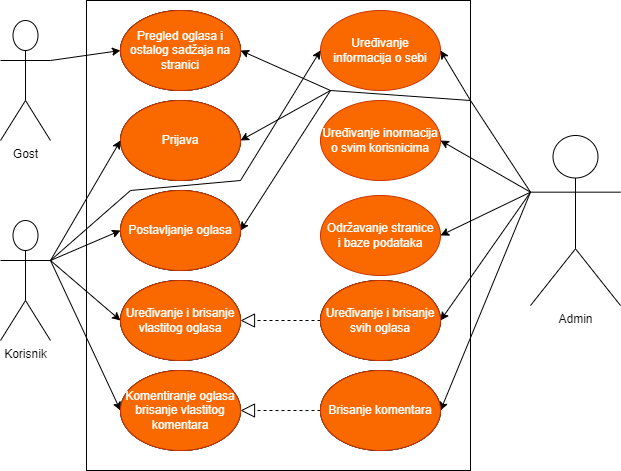
The draw.io diagram public/images/tabela.png in simunjelic/udomi, before a commit. Source tidied: cells renumbered, new cells last; positions are measured from the earlier drawing's top-left corner, leaving out a move shared by most shapes. The source it was exported from:
```xml
<mxGraphModel>
  <root>
    <mxCell id="0" />
    <mxCell id="1" parent="0" />
    <mxCell id="2" value="Gost" style="shape=umlActor;verticalLabelPosition=bottom;verticalAlign=top;html=1;outlineConnect=0;" parent="1" vertex="1">
      <mxGeometry y="20" width="50" height="120" as="geometry" />
    </mxCell>
    <mxCell id="3" value="Korisnik" style="shape=umlActor;verticalLabelPosition=bottom;verticalAlign=top;html=1;outlineConnect=0;" parent="1" vertex="1">
      <mxGeometry y="220" width="50" height="120" as="geometry" />
    </mxCell>
    <mxCell id="4" value="Admin" style="shape=umlActor;verticalLabelPosition=bottom;verticalAlign=top;html=1;outlineConnect=0;" parent="1" vertex="1">
      <mxGeometry x="530" y="135" width="90" height="170" as="geometry" />
    </mxCell>
    <mxCell id="5" style="whiteSpace=wrap;html=1;" parent="1" vertex="1">
      <mxGeometry x="86" width="384" height="470" as="geometry" />
    </mxCell>
    <mxCell id="6" value="Pregled oglasa i ostalog sadžaja na stranici" style="ellipse;whiteSpace=wrap;html=1;" parent="1" vertex="1">
      <mxGeometry x="120" y="10" width="120" height="80" as="geometry" />
    </mxCell>
    <mxCell id="7" value="Postavljanje oglasa" style="ellipse;whiteSpace=wrap;html=1;" parent="1" vertex="1">
      <mxGeometry x="120" y="190" width="120" height="80" as="geometry" />
    </mxCell>
    <mxCell id="8" value="Uređivanje i brisanje vlastitog oglasa" style="ellipse;whiteSpace=wrap;html=1;" parent="1" vertex="1">
      <mxGeometry x="120" y="280" width="120" height="80" as="geometry" />
    </mxCell>
    <mxCell id="9" style="endArrow=classic;html=1;rounded=0;exitX=1;exitY=0.3333333333333333;exitDx=0;exitDy=0;exitPerimeter=0;entryX=0;entryY=0.5;entryDx=0;entryDy=0;" parent="1" edge="1" source="2" target="6">
      <mxGeometry relative="1" as="geometry" />
    </mxCell>
    <mxCell id="10" style="endArrow=classic;html=1;rounded=0;exitX=1;exitY=0.3333333333333333;exitDx=0;exitDy=0;exitPerimeter=0;entryX=0;entryY=0.5;entryDx=0;entryDy=0;" parent="1" edge="1" source="3" target="7">
      <mxGeometry relative="1" as="geometry" />
    </mxCell>
    <mxCell id="11" style="endArrow=classic;html=1;rounded=0;exitX=1;exitY=0.3333333333333333;exitDx=0;exitDy=0;exitPerimeter=0;entryX=0;entryY=0.5;entryDx=0;entryDy=0;" parent="1" edge="1" source="3" target="8">
      <mxGeometry relative="1" as="geometry" />
    </mxCell>
    <mxCell id="12" value="Komentiranje oglasa&lt;br&gt;brisanje vlastitog komentara" style="ellipse;whiteSpace=wrap;html=1;" parent="1" vertex="1">
      <mxGeometry x="120" y="370" width="120" height="80" as="geometry" />
    </mxCell>
    <mxCell id="13" style="endArrow=classic;html=1;rounded=0;exitX=1;exitY=0.3333333333333333;exitDx=0;exitDy=0;exitPerimeter=0;entryX=0;entryY=0.5;entryDx=0;entryDy=0;" parent="1" edge="1" source="3" target="12">
      <mxGeometry relative="1" as="geometry" />
    </mxCell>
    <mxCell id="14" value="Uređivanje i brisanje svih oglasa" style="ellipse;whiteSpace=wrap;html=1;" parent="1" vertex="1">
      <mxGeometry x="320" y="280" width="120" height="80" as="geometry" />
    </mxCell>
    <mxCell id="15" value="Održavanje stranice&lt;br&gt;i baze podataka" style="ellipse;whiteSpace=wrap;html=1;fillColor=#fa6800;fontColor=#FFFFFF;strokeColor=#C73500;" parent="1" vertex="1">
      <mxGeometry x="320" y="195" width="120" height="80" as="geometry" />
    </mxCell>
    <mxCell id="16" style="endArrow=none;html=1;rounded=0;entryX=0;entryY=0.3333333333333333;entryDx=0;entryDy=0;entryPerimeter=0;" parent="1" edge="1" target="4">
      <mxGeometry relative="1" as="geometry">
        <mxPoint x="470" y="100" as="sourcePoint" />
      </mxGeometry>
    </mxCell>
    <mxCell id="17" style="endArrow=classic;html=1;rounded=0;entryX=1;entryY=0.5;entryDx=0;entryDy=0;" parent="1" edge="1" target="6">
      <mxGeometry relative="1" as="geometry">
        <mxPoint x="470" y="100" as="sourcePoint" />
        <Array as="points">
          <mxPoint x="330" y="90" />
        </Array>
      </mxGeometry>
    </mxCell>
    <mxCell id="18" value="Uređivanje informacija o sebi" style="ellipse;whiteSpace=wrap;html=1;fillColor=#fa6800;fontColor=#FFFFFF;strokeColor=#C73500;" parent="1" vertex="1">
      <mxGeometry x="320" y="10" width="120" height="80" as="geometry" />
    </mxCell>
    <mxCell id="19" style="endArrow=classic;html=1;rounded=0;entryX=1;entryY=0.5;entryDx=0;entryDy=0;" parent="1" edge="1" target="7">
      <mxGeometry relative="1" as="geometry">
        <mxPoint x="330" y="90" as="sourcePoint" />
      </mxGeometry>
    </mxCell>
    <mxCell id="20" style="endArrow=block;dashed=1;endFill=0;endSize=12;html=1;rounded=0;exitX=0;exitY=0.5;exitDx=0;exitDy=0;entryX=1;entryY=0.5;entryDx=0;entryDy=0;" parent="1" edge="1" source="14" target="8">
      <mxGeometry relative="1" as="geometry" />
    </mxCell>
    <mxCell id="21" value="Brisanje komentara" style="ellipse;whiteSpace=wrap;html=1;" parent="1" vertex="1">
      <mxGeometry x="320" y="370" width="120" height="80" as="geometry" />
    </mxCell>
    <mxCell id="22" style="endArrow=block;dashed=1;endFill=0;endSize=12;html=1;rounded=0;exitX=0;exitY=0.5;exitDx=0;exitDy=0;entryX=1;entryY=0.5;entryDx=0;entryDy=0;" parent="1" edge="1" source="21" target="12">
      <mxGeometry relative="1" as="geometry" />
    </mxCell>
    <mxCell id="23" style="endArrow=classic;html=1;rounded=0;exitX=0;exitY=0.3333333333333333;exitDx=0;exitDy=0;exitPerimeter=0;entryX=1;entryY=0.5;entryDx=0;entryDy=0;" parent="1" edge="1" source="4" target="15">
      <mxGeometry relative="1" as="geometry" />
    </mxCell>
    <mxCell id="24" style="endArrow=classic;html=1;rounded=0;exitX=0;exitY=0.3333333333333333;exitDx=0;exitDy=0;exitPerimeter=0;entryX=1;entryY=0.5;entryDx=0;entryDy=0;" parent="1" edge="1" source="4" target="14">
      <mxGeometry relative="1" as="geometry" />
    </mxCell>
    <mxCell id="25" style="endArrow=classic;html=1;rounded=0;exitX=0;exitY=0.3333333333333333;exitDx=0;exitDy=0;exitPerimeter=0;entryX=1;entryY=0.5;entryDx=0;entryDy=0;" parent="1" edge="1" source="4" target="21">
      <mxGeometry relative="1" as="geometry" />
    </mxCell>
    <mxCell id="26" value="Prijava" style="ellipse;whiteSpace=wrap;html=1;" parent="1" vertex="1">
      <mxGeometry x="120" y="100" width="120" height="80" as="geometry" />
    </mxCell>
    <mxCell id="27" value="Uređivanje inormacija o svim korisnicima" style="ellipse;whiteSpace=wrap;html=1;fillColor=#fa6800;fontColor=#FFFFFF;strokeColor=#C73500;" parent="1" vertex="1">
      <mxGeometry x="320" y="100" width="120" height="80" as="geometry" />
    </mxCell>
    <mxCell id="28" style="endArrow=classic;html=1;rounded=0;exitX=0;exitY=0.3333333333333333;exitDx=0;exitDy=0;exitPerimeter=0;entryX=1;entryY=0.5;entryDx=0;entryDy=0;" parent="1" edge="1" source="4" target="27">
      <mxGeometry relative="1" as="geometry" />
    </mxCell>
    <mxCell id="29" style="endArrow=classic;html=1;rounded=0;exitX=1;exitY=0.3333333333333333;exitDx=0;exitDy=0;exitPerimeter=0;entryX=0;entryY=0.5;entryDx=0;entryDy=0;" parent="1" edge="1" source="3" target="18">
      <mxGeometry relative="1" as="geometry">
        <Array as="points">
          <mxPoint x="130" y="190" />
          <mxPoint x="240" y="180" />
        </Array>
      </mxGeometry>
    </mxCell>
    <mxCell id="30" style="endArrow=classic;html=1;rounded=0;entryX=1;entryY=0.5;entryDx=0;entryDy=0;" parent="1" edge="1" target="18">
      <mxGeometry relative="1" as="geometry">
        <mxPoint x="470" y="100" as="sourcePoint" />
      </mxGeometry>
    </mxCell>
    <mxCell id="31" value="Pregled oglasa i ostalog sadžaja na stranici" style="ellipse;whiteSpace=wrap;html=1;" parent="1" vertex="1">
      <mxGeometry x="120" y="10" width="120" height="80" as="geometry" />
    </mxCell>
    <mxCell id="32" value="Prijava" style="ellipse;whiteSpace=wrap;html=1;" parent="1" vertex="1">
      <mxGeometry x="120" y="100" width="120" height="80" as="geometry" />
    </mxCell>
    <mxCell id="33" value="Postavljanje oglasa" style="ellipse;whiteSpace=wrap;html=1;" parent="1" vertex="1">
      <mxGeometry x="120" y="190" width="120" height="80" as="geometry" />
    </mxCell>
    <mxCell id="34" value="Uređivanje i brisanje vlastitog oglasa" style="ellipse;whiteSpace=wrap;html=1;" parent="1" vertex="1">
      <mxGeometry x="120" y="280" width="120" height="80" as="geometry" />
    </mxCell>
    <mxCell id="35" value="Komentiranje oglasa&lt;br&gt;brisanje vlastitog komentara" style="ellipse;whiteSpace=wrap;html=1;" parent="1" vertex="1">
      <mxGeometry x="120" y="370" width="120" height="80" as="geometry" />
    </mxCell>
    <mxCell id="36" value="Brisanje komentara" style="ellipse;whiteSpace=wrap;html=1;" parent="1" vertex="1">
      <mxGeometry x="320" y="370" width="120" height="80" as="geometry" />
    </mxCell>
    <mxCell id="37" value="Uređivanje i brisanje svih oglasa" style="ellipse;whiteSpace=wrap;html=1;" parent="1" vertex="1">
      <mxGeometry x="320" y="280" width="120" height="80" as="geometry" />
    </mxCell>
    <mxCell id="38" value="Pregled oglasa i ostalog sadžaja na stranici" style="ellipse;whiteSpace=wrap;html=1;fillColor=#fa6800;fontColor=#FFFFFF;strokeColor=#C73500;" parent="1" vertex="1">
      <mxGeometry x="120" y="10" width="120" height="80" as="geometry" />
    </mxCell>
    <mxCell id="39" value="Prijava" style="ellipse;whiteSpace=wrap;html=1;fillColor=#fa6800;fontColor=#FFFFFF;strokeColor=#C73500;" parent="1" vertex="1">
      <mxGeometry x="120" y="100" width="120" height="80" as="geometry" />
    </mxCell>
    <mxCell id="40" value="Postavljanje oglasa" style="ellipse;whiteSpace=wrap;html=1;fillColor=#fa6800;fontColor=#FFFFFF;strokeColor=#C73500;" parent="1" vertex="1">
      <mxGeometry x="120" y="190" width="120" height="80" as="geometry" />
    </mxCell>
    <mxCell id="41" value="Uređivanje i brisanje vlastitog oglasa" style="ellipse;whiteSpace=wrap;html=1;fillColor=#fa6800;fontColor=#FFFFFF;strokeColor=#C73500;" parent="1" vertex="1">
      <mxGeometry x="120" y="280" width="120" height="80" as="geometry" />
    </mxCell>
    <mxCell id="42" value="Komentiranje oglasa&lt;br&gt;brisanje vlastitog komentara" style="ellipse;whiteSpace=wrap;html=1;fillColor=#fa6800;fontColor=#FFFFFF;strokeColor=#C73500;" parent="1" vertex="1">
      <mxGeometry x="120" y="370" width="120" height="80" as="geometry" />
    </mxCell>
    <mxCell id="43" value="Brisanje komentara" style="ellipse;whiteSpace=wrap;html=1;fillColor=#fa6800;fontColor=#FFFFFF;strokeColor=#C73500;" parent="1" vertex="1">
      <mxGeometry x="320" y="370" width="120" height="80" as="geometry" />
    </mxCell>
    <mxCell id="44" value="Uređivanje i brisanje svih oglasa" style="ellipse;whiteSpace=wrap;html=1;fillColor=#fa6800;fontColor=#FFFFFF;strokeColor=#C73500;" parent="1" vertex="1">
      <mxGeometry x="320" y="280" width="120" height="80" as="geometry" />
    </mxCell>
    <mxCell id="45" style="endArrow=classic;html=1;rounded=0;fontColor=#FFFFFF;exitX=1;exitY=0.3333333333333333;exitDx=0;exitDy=0;exitPerimeter=0;entryX=0;entryY=0.5;entryDx=0;entryDy=0;" parent="1" edge="1" source="3" target="39">
      <mxGeometry relative="1" as="geometry" />
    </mxCell>
    <mxCell id="46" style="endArrow=classic;html=1;rounded=0;fontColor=#FFFFFF;entryX=1;entryY=0.5;entryDx=0;entryDy=0;" parent="1" edge="1" target="39">
      <mxGeometry relative="1" as="geometry">
        <mxPoint x="330" y="90" as="sourcePoint" />
      </mxGeometry>
    </mxCell>
  </root>
</mxGraphModel>
```
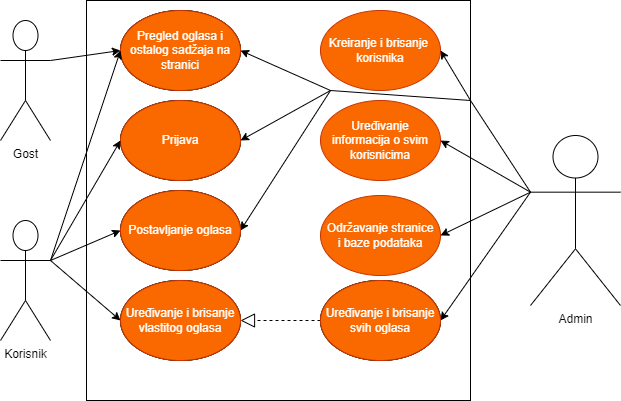
Later version of the same file.

The edit, as a diff of the source:
```diff
@@ -12,7 +12,7 @@
       <mxGeometry x="530" y="135" width="90" height="170" as="geometry" />
     </mxCell>
     <mxCell id="5" style="whiteSpace=wrap;html=1;" parent="1" vertex="1">
-      <mxGeometry x="86" width="384" height="470" as="geometry" />
+      <mxGeometry x="86" width="384" height="400" as="geometry" />
     </mxCell>
     <mxCell id="6" value="Pregled oglasa i ostalog sadžaja na stranici" style="ellipse;whiteSpace=wrap;html=1;" parent="1" vertex="1">
       <mxGeometry x="120" y="10" width="120" height="80" as="geometry" />
@@ -32,12 +32,6 @@
     <mxCell id="11" style="endArrow=classic;html=1;rounded=0;exitX=1;exitY=0.3333333333333333;exitDx=0;exitDy=0;exitPerimeter=0;entryX=0;entryY=0.5;entryDx=0;entryDy=0;" parent="1" edge="1" source="3" target="8">
       <mxGeometry relative="1" as="geometry" />
     </mxCell>
-    <mxCell id="12" value="Komentiranje oglasa&lt;br&gt;brisanje vlastitog komentara" style="ellipse;whiteSpace=wrap;html=1;" parent="1" vertex="1">
-      <mxGeometry x="120" y="370" width="120" height="80" as="geometry" />
-    </mxCell>
-    <mxCell id="13" style="endArrow=classic;html=1;rounded=0;exitX=1;exitY=0.3333333333333333;exitDx=0;exitDy=0;exitPerimeter=0;entryX=0;entryY=0.5;entryDx=0;entryDy=0;" parent="1" edge="1" source="3" target="12">
-      <mxGeometry relative="1" as="geometry" />
-    </mxCell>
     <mxCell id="14" value="Uređivanje i brisanje svih oglasa" style="ellipse;whiteSpace=wrap;html=1;" parent="1" vertex="1">
       <mxGeometry x="320" y="280" width="120" height="80" as="geometry" />
     </mxCell>
@@ -57,7 +51,7 @@
         </Array>
       </mxGeometry>
     </mxCell>
-    <mxCell id="18" value="Uređivanje informacija o sebi" style="ellipse;whiteSpace=wrap;html=1;fillColor=#fa6800;fontColor=#FFFFFF;strokeColor=#C73500;" parent="1" vertex="1">
+    <mxCell id="18" value="Kreiranje i brisanje&amp;nbsp;&lt;br&gt;korisnika" style="ellipse;whiteSpace=wrap;html=1;fillColor=#fa6800;fontColor=#FFFFFF;strokeColor=#C73500;" parent="1" vertex="1">
       <mxGeometry x="320" y="10" width="120" height="80" as="geometry" />
     </mxCell>
     <mxCell id="19" style="endArrow=classic;html=1;rounded=0;entryX=1;entryY=0.5;entryDx=0;entryDy=0;" parent="1" edge="1" target="7">
@@ -68,38 +62,21 @@
     <mxCell id="20" style="endArrow=block;dashed=1;endFill=0;endSize=12;html=1;rounded=0;exitX=0;exitY=0.5;exitDx=0;exitDy=0;entryX=1;entryY=0.5;entryDx=0;entryDy=0;" parent="1" edge="1" source="14" target="8">
       <mxGeometry relative="1" as="geometry" />
     </mxCell>
-    <mxCell id="21" value="Brisanje komentara" style="ellipse;whiteSpace=wrap;html=1;" parent="1" vertex="1">
-      <mxGeometry x="320" y="370" width="120" height="80" as="geometry" />
-    </mxCell>
-    <mxCell id="22" style="endArrow=block;dashed=1;endFill=0;endSize=12;html=1;rounded=0;exitX=0;exitY=0.5;exitDx=0;exitDy=0;entryX=1;entryY=0.5;entryDx=0;entryDy=0;" parent="1" edge="1" source="21" target="12">
-      <mxGeometry relative="1" as="geometry" />
-    </mxCell>
     <mxCell id="23" style="endArrow=classic;html=1;rounded=0;exitX=0;exitY=0.3333333333333333;exitDx=0;exitDy=0;exitPerimeter=0;entryX=1;entryY=0.5;entryDx=0;entryDy=0;" parent="1" edge="1" source="4" target="15">
       <mxGeometry relative="1" as="geometry" />
     </mxCell>
     <mxCell id="24" style="endArrow=classic;html=1;rounded=0;exitX=0;exitY=0.3333333333333333;exitDx=0;exitDy=0;exitPerimeter=0;entryX=1;entryY=0.5;entryDx=0;entryDy=0;" parent="1" edge="1" source="4" target="14">
       <mxGeometry relative="1" as="geometry" />
     </mxCell>
-    <mxCell id="25" style="endArrow=classic;html=1;rounded=0;exitX=0;exitY=0.3333333333333333;exitDx=0;exitDy=0;exitPerimeter=0;entryX=1;entryY=0.5;entryDx=0;entryDy=0;" parent="1" edge="1" source="4" target="21">
-      <mxGeometry relative="1" as="geometry" />
-    </mxCell>
     <mxCell id="26" value="Prijava" style="ellipse;whiteSpace=wrap;html=1;" parent="1" vertex="1">
       <mxGeometry x="120" y="100" width="120" height="80" as="geometry" />
     </mxCell>
-    <mxCell id="27" value="Uređivanje inormacija o svim korisnicima" style="ellipse;whiteSpace=wrap;html=1;fillColor=#fa6800;fontColor=#FFFFFF;strokeColor=#C73500;" parent="1" vertex="1">
+    <mxCell id="27" value="Uređivanje informacija o svim korisnicima" style="ellipse;whiteSpace=wrap;html=1;fillColor=#fa6800;fontColor=#FFFFFF;strokeColor=#C73500;" parent="1" vertex="1">
       <mxGeometry x="320" y="100" width="120" height="80" as="geometry" />
     </mxCell>
     <mxCell id="28" style="endArrow=classic;html=1;rounded=0;exitX=0;exitY=0.3333333333333333;exitDx=0;exitDy=0;exitPerimeter=0;entryX=1;entryY=0.5;entryDx=0;entryDy=0;" parent="1" edge="1" source="4" target="27">
       <mxGeometry relative="1" as="geometry" />
     </mxCell>
-    <mxCell id="29" style="endArrow=classic;html=1;rounded=0;exitX=1;exitY=0.3333333333333333;exitDx=0;exitDy=0;exitPerimeter=0;entryX=0;entryY=0.5;entryDx=0;entryDy=0;" parent="1" edge="1" source="3" target="18">
-      <mxGeometry relative="1" as="geometry">
-        <Array as="points">
-          <mxPoint x="130" y="190" />
-          <mxPoint x="240" y="180" />
-        </Array>
-      </mxGeometry>
-    </mxCell>
     <mxCell id="30" style="endArrow=classic;html=1;rounded=0;entryX=1;entryY=0.5;entryDx=0;entryDy=0;" parent="1" edge="1" target="18">
       <mxGeometry relative="1" as="geometry">
         <mxPoint x="470" y="100" as="sourcePoint" />
@@ -117,12 +94,6 @@
     <mxCell id="34" value="Uređivanje i brisanje vlastitog oglasa" style="ellipse;whiteSpace=wrap;html=1;" parent="1" vertex="1">
       <mxGeometry x="120" y="280" width="120" height="80" as="geometry" />
     </mxCell>
-    <mxCell id="35" value="Komentiranje oglasa&lt;br&gt;brisanje vlastitog komentara" style="ellipse;whiteSpace=wrap;html=1;" parent="1" vertex="1">
-      <mxGeometry x="120" y="370" width="120" height="80" as="geometry" />
-    </mxCell>
-    <mxCell id="36" value="Brisanje komentara" style="ellipse;whiteSpace=wrap;html=1;" parent="1" vertex="1">
-      <mxGeometry x="320" y="370" width="120" height="80" as="geometry" />
-    </mxCell>
     <mxCell id="37" value="Uređivanje i brisanje svih oglasa" style="ellipse;whiteSpace=wrap;html=1;" parent="1" vertex="1">
       <mxGeometry x="320" y="280" width="120" height="80" as="geometry" />
     </mxCell>
@@ -138,12 +109,6 @@
     <mxCell id="41" value="Uređivanje i brisanje vlastitog oglasa" style="ellipse;whiteSpace=wrap;html=1;fillColor=#fa6800;fontColor=#FFFFFF;strokeColor=#C73500;" parent="1" vertex="1">
       <mxGeometry x="120" y="280" width="120" height="80" as="geometry" />
     </mxCell>
-    <mxCell id="42" value="Komentiranje oglasa&lt;br&gt;brisanje vlastitog komentara" style="ellipse;whiteSpace=wrap;html=1;fillColor=#fa6800;fontColor=#FFFFFF;strokeColor=#C73500;" parent="1" vertex="1">
-      <mxGeometry x="120" y="370" width="120" height="80" as="geometry" />
-    </mxCell>
-    <mxCell id="43" value="Brisanje komentara" style="ellipse;whiteSpace=wrap;html=1;fillColor=#fa6800;fontColor=#FFFFFF;strokeColor=#C73500;" parent="1" vertex="1">
-      <mxGeometry x="320" y="370" width="120" height="80" as="geometry" />
-    </mxCell>
     <mxCell id="44" value="Uređivanje i brisanje svih oglasa" style="ellipse;whiteSpace=wrap;html=1;fillColor=#fa6800;fontColor=#FFFFFF;strokeColor=#C73500;" parent="1" vertex="1">
       <mxGeometry x="320" y="280" width="120" height="80" as="geometry" />
     </mxCell>
@@ -155,5 +120,10 @@
         <mxPoint x="330" y="90" as="sourcePoint" />
       </mxGeometry>
     </mxCell>
+    <mxCell id="47" style="endArrow=classic;html=1;rounded=0;entryX=0;entryY=0.5;entryDx=0;entryDy=0;" parent="1" edge="1" target="38">
+      <mxGeometry relative="1" as="geometry">
+        <mxPoint x="50" y="260" as="sourcePoint" />
+      </mxGeometry>
+    </mxCell>
   </root>
 </mxGraphModel>
```
